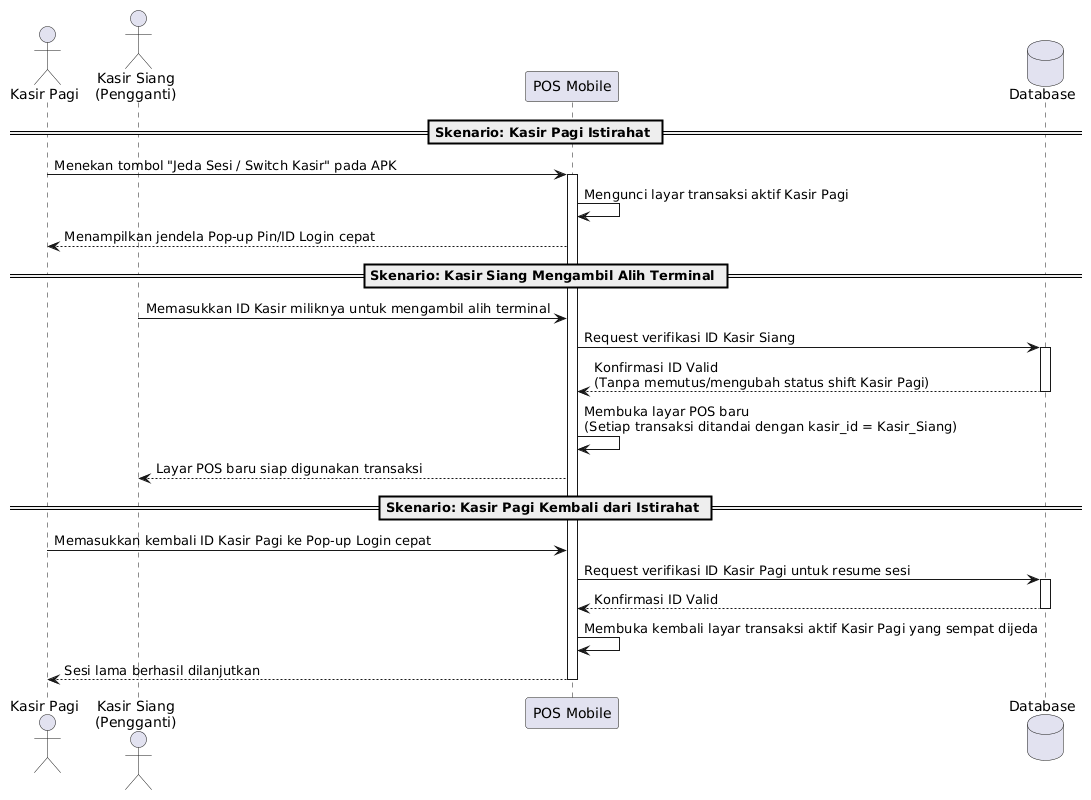
Before: Dokumen/Sequence/JedaSesi(Kasir).png, a diagram exported from PlantUML (ikoks/Pengembangan-Aplikasi-Point-Of-Sale-untuk-Event). Source of this version:
```plantuml
@startuml
actor "Kasir Pagi" as KsrPagi
actor "Kasir Siang\n(Pengganti)" as KsrSiang
participant "POS Mobile" as Sistem
database "Database" as DB

== Skenario: Kasir Pagi Istirahat ==
KsrPagi -> Sistem : Menekan tombol "Jeda Sesi / Switch Kasir" pada APK
activate Sistem

Sistem -> Sistem : Mengunci layar transaksi aktif Kasir Pagi
Sistem --> KsrPagi : Menampilkan jendela Pop-up Pin/ID Login cepat

== Skenario: Kasir Siang Mengambil Alih Terminal ==
KsrSiang -> Sistem : Memasukkan ID Kasir miliknya untuk mengambil alih terminal

Sistem -> DB : Request verifikasi ID Kasir Siang
activate DB
DB --> Sistem : Konfirmasi ID Valid\n(Tanpa memutus/mengubah status shift Kasir Pagi)
deactivate DB

Sistem -> Sistem : Membuka layar POS baru\n(Setiap transaksi ditandai dengan kasir_id = Kasir_Siang)
Sistem --> KsrSiang : Layar POS baru siap digunakan transaksi

== Skenario: Kasir Pagi Kembali dari Istirahat ==
KsrPagi -> Sistem : Memasukkan kembali ID Kasir Pagi ke Pop-up Login cepat

Sistem -> DB : Request verifikasi ID Kasir Pagi untuk resume sesi
activate DB
DB --> Sistem : Konfirmasi ID Valid
deactivate DB

Sistem -> Sistem : Membuka kembali layar transaksi aktif Kasir Pagi yang sempat dijeda
Sistem --> KsrPagi : Sesi lama berhasil dilanjutkan
deactivate Sistem
@enduml
```
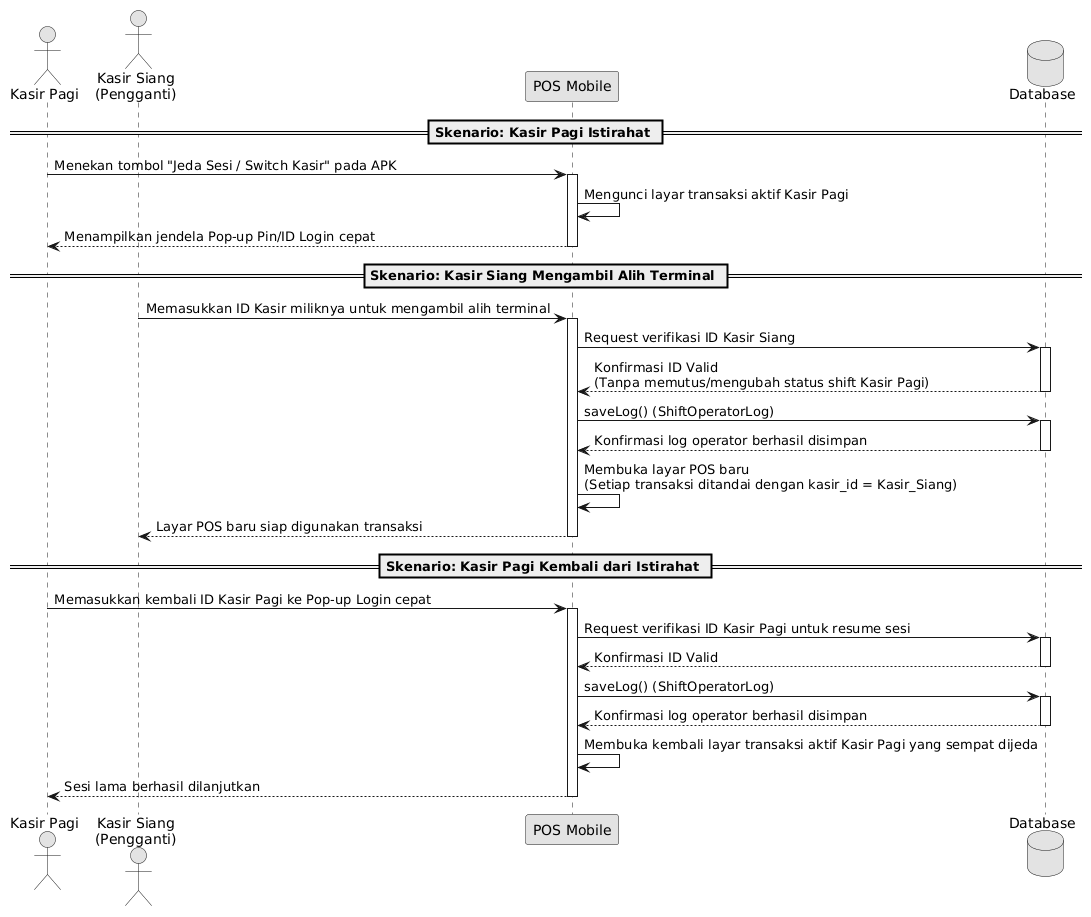
After the change.

The edit, as a diff of the source:
```diff
@@ -1,36 +1,50 @@
 @startuml
-actor "Kasir Pagi" as KsrPagi
-actor "Kasir Siang\n(Pengganti)" as KsrSiang
-participant "POS Mobile" as Sistem
+skinparam monochrome true
+skinparam shadowing false
+
+actor "Kasir Pagi" as KP
+actor "Kasir Siang\n(Pengganti)" as KS
+participant "POS Mobile" as PM
 database "Database" as DB
 
 == Skenario: Kasir Pagi Istirahat ==
-KsrPagi -> Sistem : Menekan tombol "Jeda Sesi / Switch Kasir" pada APK
-activate Sistem
-
-Sistem -> Sistem : Mengunci layar transaksi aktif Kasir Pagi
-Sistem --> KsrPagi : Menampilkan jendela Pop-up Pin/ID Login cepat
+KP -> PM: Menekan tombol "Jeda Sesi / Switch Kasir" pada APK
+activate PM
+PM -> PM: Mengunci layar transaksi aktif Kasir Pagi
+PM --> KP: Menampilkan jendela Pop-up Pin/ID Login cepat
+deactivate PM
 
 == Skenario: Kasir Siang Mengambil Alih Terminal ==
-KsrSiang -> Sistem : Memasukkan ID Kasir miliknya untuk mengambil alih terminal
-
-Sistem -> DB : Request verifikasi ID Kasir Siang
+KS -> PM: Memasukkan ID Kasir miliknya untuk mengambil alih terminal
+activate PM
+PM -> DB: Request verifikasi ID Kasir Siang
 activate DB
-DB --> Sistem : Konfirmasi ID Valid\n(Tanpa memutus/mengubah status shift Kasir Pagi)
+DB --> PM: Konfirmasi ID Valid\n(Tanpa memutus/mengubah status shift Kasir Pagi)
 deactivate DB
 
-Sistem -> Sistem : Membuka layar POS baru\n(Setiap transaksi ditandai dengan kasir_id = Kasir_Siang)
-Sistem --> KsrSiang : Layar POS baru siap digunakan transaksi
+PM -> DB: saveLog() (ShiftOperatorLog)
+activate DB
+DB --> PM: Konfirmasi log operator berhasil disimpan
+deactivate DB
+
+PM -> PM: Membuka layar POS baru\n(Setiap transaksi ditandai dengan kasir_id = Kasir_Siang)
+PM --> KS: Layar POS baru siap digunakan transaksi
+deactivate PM
 
 == Skenario: Kasir Pagi Kembali dari Istirahat ==
-KsrPagi -> Sistem : Memasukkan kembali ID Kasir Pagi ke Pop-up Login cepat
-
-Sistem -> DB : Request verifikasi ID Kasir Pagi untuk resume sesi
+KP -> PM: Memasukkan kembali ID Kasir Pagi ke Pop-up Login cepat
+activate PM
+PM -> DB: Request verifikasi ID Kasir Pagi untuk resume sesi
 activate DB
-DB --> Sistem : Konfirmasi ID Valid
+DB --> PM: Konfirmasi ID Valid
 deactivate DB
 
-Sistem -> Sistem : Membuka kembali layar transaksi aktif Kasir Pagi yang sempat dijeda
-Sistem --> KsrPagi : Sesi lama berhasil dilanjutkan
-deactivate Sistem
+PM -> DB: saveLog() (ShiftOperatorLog)
+activate DB
+DB --> PM: Konfirmasi log operator berhasil disimpan
+deactivate DB
+
+PM -> PM: Membuka kembali layar transaksi aktif Kasir Pagi yang sempat dijeda
+PM --> KP: Sesi lama berhasil dilanjutkan
+deactivate PM
 @enduml
```
